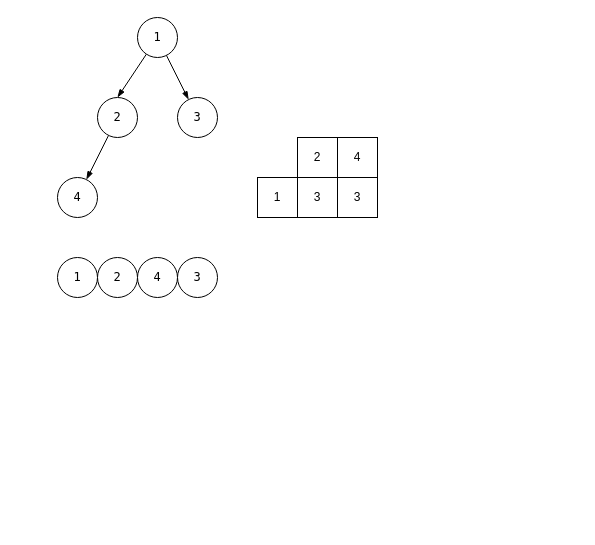
This is page "dfs" (2 of 2) of assets/A0094_inorderTraversal.drawio from rechardtang/leetcode, a draw.io file, before an edit. Source tidied: cells renumbered, new cells numbered last; positions are measured from the earlier drawing's top-left corner, leaving out a move shared by most shapes. Both pictures are drawn from the tidied source at 100%, with x=0, y=0 at pixel (57, 17).
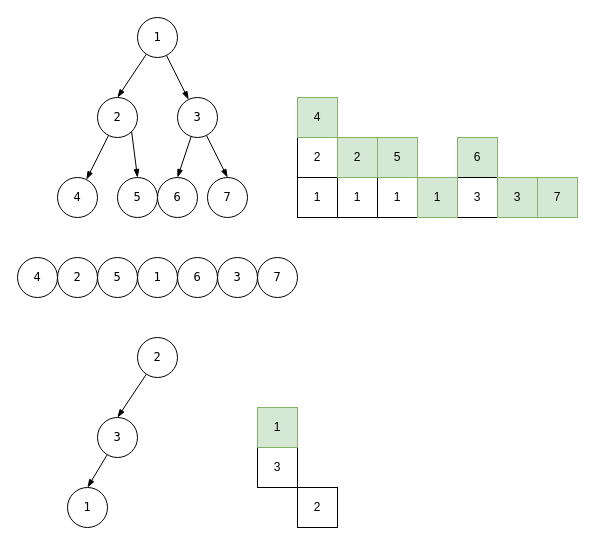
The same diagram, later.

The change refers to these unchanged cells:
```xml
<mxCell id="6" value="&lt;font face=&quot;Lucida Console&quot;&gt;2&lt;/font&gt;" style="ellipse;whiteSpace=wrap;html=1;" parent="1" vertex="1">
  <mxGeometry x="40" y="80" width="40" height="40" as="geometry" />
</mxCell>
<mxCell id="11" value="&lt;font face=&quot;Lucida Console&quot;&gt;3&lt;/font&gt;" style="ellipse;whiteSpace=wrap;html=1;" parent="1" vertex="1">
  <mxGeometry x="120" y="80" width="40" height="40" as="geometry" />
</mxCell>
```

What changed in the source:
```diff
@@
-    <mxCell id="8" value="&lt;font face=&quot;Lucida Console&quot;&gt;1&lt;/font&gt;" style="ellipse;whiteSpace=wrap;html=1;" parent="1" vertex="1">
-      <mxGeometry y="240" width="40" height="40" as="geometry" />
+    <mxCell id="8" value="&lt;font face=&quot;Lucida Console&quot;&gt;4&lt;/font&gt;" style="ellipse;whiteSpace=wrap;html=1;" parent="1" vertex="1">
+      <mxGeometry x="-40" y="240" width="40" height="40" as="geometry" />
     </mxCell>
     <mxCell id="9" value="&lt;font face=&quot;Lucida Console&quot;&gt;2&lt;/font&gt;" style="ellipse;whiteSpace=wrap;html=1;" parent="1" vertex="1">
-      <mxGeometry x="40" y="240" width="40" height="40" as="geometry" />
+      <mxGeometry y="240" width="40" height="40" as="geometry" />
     </mxCell>
-    <mxCell id="10" value="&lt;font face=&quot;Lucida Console&quot;&gt;4&lt;/font&gt;" style="ellipse;whiteSpace=wrap;html=1;" parent="1" vertex="1">
+    <mxCell id="10" value="&lt;font face=&quot;Lucida Console&quot;&gt;1&lt;/font&gt;" style="ellipse;whiteSpace=wrap;html=1;" parent="1" vertex="1">
       <mxGeometry x="80" y="240" width="40" height="40" as="geometry" />
     </mxCell>
+    <mxCell id="18" style="rounded=0;jettySize=auto;html=1;entryX=0.5;entryY=0;entryDx=0;entryDy=0;endArrow=blockThin;endFill=1;exitX=1;exitY=1;exitDx=0;exitDy=0;" parent="1" edge="1" source="6" target="23">
+      <mxGeometry relative="1" as="geometry" />
+    </mxCell>
+    <mxCell id="19" style="edgeStyle=none;rounded=0;jettySize=auto;html=1;entryX=0.5;entryY=0;entryDx=0;entryDy=0;endArrow=blockThin;endFill=1;" parent="1" edge="1" source="11" target="25">
+      <mxGeometry relative="1" as="geometry" />
+    </mxCell>
+    <mxCell id="20" style="edgeStyle=none;rounded=0;jettySize=auto;html=1;entryX=0.5;entryY=0;entryDx=0;entryDy=0;endArrow=blockThin;endFill=1;" parent="1" edge="1" source="11" target="26">
+      <mxGeometry relative="1" as="geometry" />
+    </mxCell>
@@
     <mxCell id="12" value="1" style="rounded=0;whiteSpace=wrap;html=1;" parent="1" vertex="1">
-      <mxGeometry x="200" y="160" width="40" height="40" as="geometry" />
+      <mxGeometry x="240" y="160" width="40" height="40" as="geometry" />
     </mxCell>
@@
-    <mxCell id="14" value="3" style="rounded=0;whiteSpace=wrap;html=1;" parent="1" vertex="1">
-      <mxGeometry x="240" y="160" width="40" height="40" as="geometry" />
+    <mxCell id="14" value="6" style="rounded=0;whiteSpace=wrap;html=1;fillColor=#d5e8d4;strokeColor=#82b366;" parent="1" vertex="1">
+      <mxGeometry x="400" y="120" width="40" height="40" as="geometry" />
     </mxCell>
     <mxCell id="15" value="3" style="rounded=0;whiteSpace=wrap;html=1;" parent="1" vertex="1">
-      <mxGeometry x="280" y="160" width="40" height="40" as="geometry" />
+      <mxGeometry x="400" y="160" width="40" height="40" as="geometry" />
     </mxCell>
-    <mxCell id="16" value="4" style="rounded=0;whiteSpace=wrap;html=1;" parent="1" vertex="1">
-      <mxGeometry x="280" y="120" width="40" height="40" as="geometry" />
+    <mxCell id="16" value="4" style="rounded=0;whiteSpace=wrap;html=1;fillColor=#d5e8d4;strokeColor=#82b366;" parent="1" vertex="1">
+      <mxGeometry x="240" y="80" width="40" height="40" as="geometry" />
     </mxCell>
-    <mxCell id="17" value="&lt;font face=&quot;Lucida Console&quot;&gt;3&lt;/font&gt;" style="ellipse;whiteSpace=wrap;html=1;" parent="1" vertex="1">
-      <mxGeometry x="120" y="240" width="40" height="40" as="geometry" />
+    <mxCell id="17" value="&lt;font face=&quot;Lucida Console&quot;&gt;5&lt;/font&gt;" style="ellipse;whiteSpace=wrap;html=1;" parent="1" vertex="1">
+      <mxGeometry x="40" y="240" width="40" height="40" as="geometry" />
     </mxCell>
+    <mxCell id="21" value="1" style="rounded=0;whiteSpace=wrap;html=1;" parent="1" vertex="1">
+      <mxGeometry x="320" y="160" width="40" height="40" as="geometry" />
+    </mxCell>
+    <mxCell id="22" value="5" style="rounded=0;whiteSpace=wrap;html=1;fillColor=#d5e8d4;strokeColor=#82b366;" parent="1" vertex="1">
+      <mxGeometry x="320" y="120" width="40" height="40" as="geometry" />
+    </mxCell>
+    <mxCell id="23" value="&lt;font face=&quot;Lucida Console&quot;&gt;5&lt;/font&gt;" style="ellipse;whiteSpace=wrap;html=1;" parent="1" vertex="1">
+      <mxGeometry x="60" y="160" width="40" height="40" as="geometry" />
+    </mxCell>
+    <mxCell id="24" value="&lt;font face=&quot;Lucida Console&quot;&gt;3&lt;/font&gt;" style="ellipse;whiteSpace=wrap;html=1;" parent="1" vertex="1">
+      <mxGeometry x="160" y="240" width="40" height="40" as="geometry" />
+    </mxCell>
+    <mxCell id="25" value="&lt;font face=&quot;Lucida Console&quot;&gt;6&lt;/font&gt;" style="ellipse;whiteSpace=wrap;html=1;" parent="1" vertex="1">
+      <mxGeometry x="100" y="160" width="40" height="40" as="geometry" />
+    </mxCell>
+    <mxCell id="26" value="&lt;font face=&quot;Lucida Console&quot;&gt;7&lt;/font&gt;" style="ellipse;whiteSpace=wrap;html=1;" parent="1" vertex="1">
+      <mxGeometry x="150" y="160" width="40" height="40" as="geometry" />
+    </mxCell>
+    <mxCell id="27" value="&lt;font face=&quot;Lucida Console&quot;&gt;6&lt;/font&gt;" style="ellipse;whiteSpace=wrap;html=1;" parent="1" vertex="1">
+      <mxGeometry x="120" y="240" width="40" height="40" as="geometry" />
+    </mxCell>
+    <mxCell id="28" value="&lt;font face=&quot;Lucida Console&quot;&gt;7&lt;/font&gt;" style="ellipse;whiteSpace=wrap;html=1;" parent="1" vertex="1">
+      <mxGeometry x="200" y="240" width="40" height="40" as="geometry" />
+    </mxCell>
+    <mxCell id="29" value="1" style="rounded=0;whiteSpace=wrap;html=1;" parent="1" vertex="1">
+      <mxGeometry x="280" y="160" width="40" height="40" as="geometry" />
+    </mxCell>
+    <mxCell id="30" value="2" style="rounded=0;whiteSpace=wrap;html=1;fillColor=#d5e8d4;strokeColor=#82b366;" parent="1" vertex="1">
+      <mxGeometry x="280" y="120" width="40" height="40" as="geometry" />
+    </mxCell>
+    <mxCell id="31" value="3" style="rounded=0;whiteSpace=wrap;html=1;fillColor=#d5e8d4;strokeColor=#82b366;" parent="1" vertex="1">
+      <mxGeometry x="440" y="160" width="40" height="40" as="geometry" />
+    </mxCell>
+    <mxCell id="32" value="7" style="rounded=0;whiteSpace=wrap;html=1;fillColor=#d5e8d4;strokeColor=#82b366;" parent="1" vertex="1">
+      <mxGeometry x="480" y="160" width="40" height="40" as="geometry" />
+    </mxCell>
+    <mxCell id="33" value="1" style="rounded=0;whiteSpace=wrap;html=1;fillColor=#d5e8d4;strokeColor=#82b366;" parent="1" vertex="1">
+      <mxGeometry x="360" y="160" width="40" height="40" as="geometry" />
+    </mxCell>
+    <mxCell id="34" style="rounded=0;jettySize=auto;html=1;entryX=0.5;entryY=0;entryDx=0;entryDy=0;endArrow=blockThin;endFill=1;" parent="1" edge="1" source="35" target="37">
+      <mxGeometry relative="1" as="geometry" />
+    </mxCell>
+    <mxCell id="35" value="&lt;font face=&quot;Lucida Console&quot;&gt;2&lt;/font&gt;" style="ellipse;whiteSpace=wrap;html=1;" parent="1" vertex="1">
+      <mxGeometry x="80" y="320" width="40" height="40" as="geometry" />
+    </mxCell>
+    <mxCell id="36" style="edgeStyle=none;rounded=0;jettySize=auto;html=1;entryX=0.5;entryY=0;entryDx=0;entryDy=0;endArrow=blockThin;endFill=1;" parent="1" edge="1" source="37" target="38">
+      <mxGeometry relative="1" as="geometry" />
+    </mxCell>
+    <mxCell id="37" value="&lt;font face=&quot;Lucida Console&quot;&gt;3&lt;/font&gt;" style="ellipse;whiteSpace=wrap;html=1;" parent="1" vertex="1">
+      <mxGeometry x="40" y="400" width="40" height="40" as="geometry" />
+    </mxCell>
+    <mxCell id="38" value="&lt;font face=&quot;Lucida Console&quot;&gt;1&lt;/font&gt;" style="ellipse;whiteSpace=wrap;html=1;" parent="1" vertex="1">
+      <mxGeometry x="10" y="470" width="40" height="40" as="geometry" />
+    </mxCell>
+    <mxCell id="39" value="2" style="rounded=0;whiteSpace=wrap;html=1;" parent="1" vertex="1">
+      <mxGeometry x="240" y="470" width="40" height="40" as="geometry" />
+    </mxCell>
+    <mxCell id="40" value="3" style="rounded=0;whiteSpace=wrap;html=1;" parent="1" vertex="1">
+      <mxGeometry x="200" y="430" width="40" height="40" as="geometry" />
+    </mxCell>
+    <mxCell id="41" value="1" style="rounded=0;whiteSpace=wrap;html=1;fillColor=#d5e8d4;strokeColor=#82b366;" parent="1" vertex="1">
+      <mxGeometry x="200" y="390" width="40" height="40" as="geometry" />
+    </mxCell>
```
